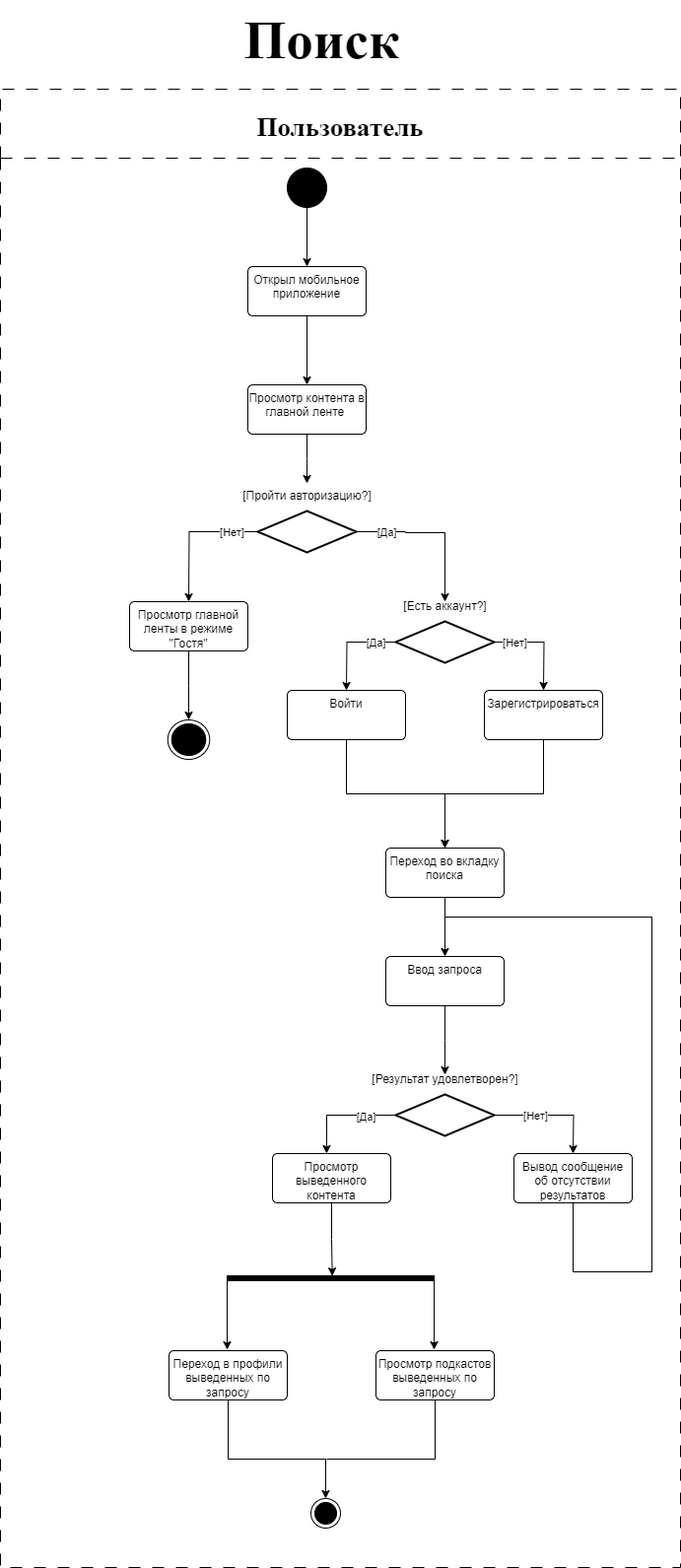
SazonovAlexander/9.1-TikTalk keeps this draw.io diagram as diagrams/activity-search.png. Above is the earlier version. Source tidied: cells renumbered, new cells last; positions are measured from the earlier drawing's top-left corner, leaving out a move shared by most shapes.
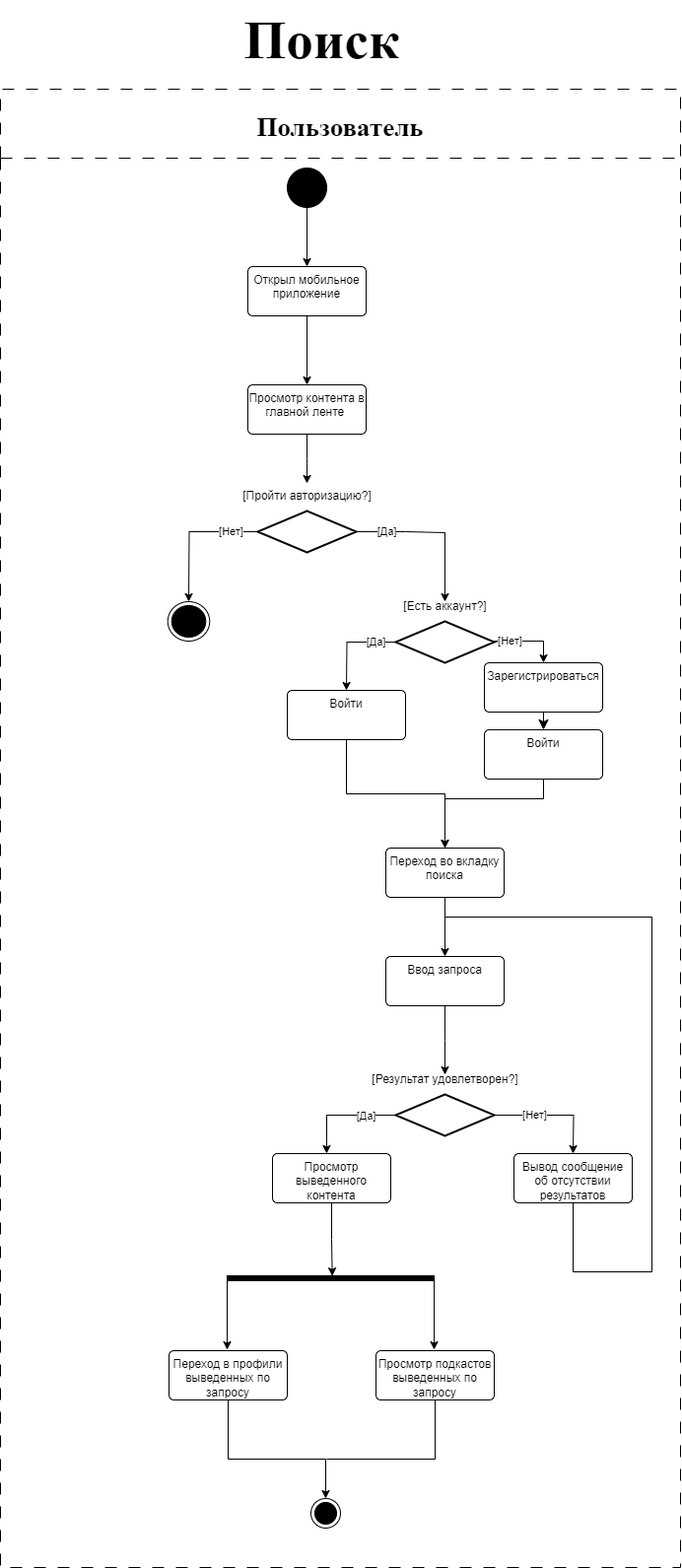
The same diagram one commit later.

The edit, as a diff of the source:
```diff
@@ -51,12 +51,6 @@
     <mxCell id="13" style="strokeWidth=2;html=1;shape=mxgraph.flowchart.decision;whiteSpace=wrap;" parent="1" vertex="1">
       <mxGeometry x="261" y="518" width="100" height="42" as="geometry" />
     </mxCell>
-    <mxCell id="14" style="edgeStyle=orthogonalEdgeStyle;rounded=0;jettySize=auto;html=1;" parent="1" edge="1" source="15" target="26">
-      <mxGeometry relative="1" as="geometry" />
-    </mxCell>
-    <mxCell id="15" value="Просмотр главной ленты в режиме &quot;Гостя&quot;" style="whiteSpace=wrap;html=1;verticalAlign=top;rounded=1;arcSize=10;dashed=0;" parent="1" vertex="1">
-      <mxGeometry x="131" y="610" width="120" height="50" as="geometry" />
-    </mxCell>
     <mxCell id="16" style="edgeStyle=orthogonalEdgeStyle;rounded=0;jettySize=auto;html=1;" parent="1" edge="1" source="20">
       <mxGeometry relative="1" as="geometry">
         <mxPoint x="351" y="700" as="targetPoint" />
@@ -65,9 +59,11 @@
     <mxCell id="17" value="[Да]" style="edgeLabel;html=1;align=center;verticalAlign=middle;" parent="16" vertex="1">
       <mxGeometry x="-0.58" relative="1" as="geometry" />
     </mxCell>
-    <mxCell id="18" style="edgeStyle=orthogonalEdgeStyle;rounded=0;jettySize=auto;html=1;" parent="1" edge="1" source="20">
+    <mxCell id="18" style="edgeStyle=orthogonalEdgeStyle;rounded=0;jettySize=auto;html=1;" parent="1" edge="1" source="20" target="25">
       <mxGeometry relative="1" as="geometry">
-        <mxPoint x="551" y="700" as="targetPoint" />
+        <Array as="points">
+          <mxPoint x="551" y="650" />
+        </Array>
       </mxGeometry>
     </mxCell>
     <mxCell id="19" value="[Нет]" style="edgeLabel;html=1;align=center;verticalAlign=middle;" parent="18" vertex="1">
@@ -87,15 +83,14 @@
     <mxCell id="23" value="Войти" style="whiteSpace=wrap;html=1;verticalAlign=top;rounded=1;arcSize=10;dashed=0;" parent="1" vertex="1">
       <mxGeometry x="291" y="700" width="120" height="50" as="geometry" />
     </mxCell>
-    <mxCell id="24" style="edgeStyle=orthogonalEdgeStyle;rounded=0;jettySize=auto;html=1;entryX=0.5;entryY=0;entryDx=0;entryDy=0;" parent="1" edge="1" source="25" target="28">
-      <mxGeometry relative="1" as="geometry" />
+    <mxCell id="24" style="edgeStyle=orthogonalEdgeStyle;rounded=0;jettySize=auto;html=1;entryX=0.5;entryY=0;entryDx=0;entryDy=0;exitX=0.5;exitY=1;exitDx=0;exitDy=0;" parent="1" edge="1" source="52" target="28">
+      <mxGeometry relative="1" as="geometry">
+        <Array as="points">
+          <mxPoint x="551" y="810" />
+          <mxPoint x="451" y="810" />
+        </Array>
+      </mxGeometry>
     </mxCell>
-    <mxCell id="25" value="Зарегистрироваться" style="whiteSpace=wrap;html=1;verticalAlign=top;rounded=1;arcSize=10;dashed=0;" parent="1" vertex="1">
-      <mxGeometry x="491" y="700" width="120" height="50" as="geometry" />
-    </mxCell>
-    <mxCell id="26" style="ellipse;html=1;shape=endState;fillColor=strokeColor;" parent="1" vertex="1">
-      <mxGeometry x="169.8" y="730" width="42.5" height="40" as="geometry" />
-    </mxCell>
     <mxCell id="27" style="edgeStyle=orthogonalEdgeStyle;rounded=0;jettySize=auto;html=1;entryX=0.5;entryY=0;entryDx=0;entryDy=0;" parent="1" edge="1" source="28" target="30">
       <mxGeometry relative="1" as="geometry" />
     </mxCell>
@@ -194,6 +189,18 @@
     <mxCell id="49" value="Просмотр подкастов выведенных по запросу" style="whiteSpace=wrap;html=1;verticalAlign=top;rounded=1;arcSize=10;dashed=0;" parent="37" vertex="1">
       <mxGeometry x="381" y="1280" width="120" height="50" as="geometry" />
     </mxCell>
+    <mxCell id="26" style="ellipse;html=1;shape=endState;fillColor=strokeColor;" parent="37" vertex="1">
+      <mxGeometry x="169.8" y="520" width="42.5" height="40" as="geometry" />
+    </mxCell>
+    <mxCell id="51" style="edgeStyle=none;curved=1;rounded=0;jettySize=auto;html=1;entryX=0.5;entryY=0;entryDx=0;entryDy=0;fontSize=12;startSize=8;endSize=8;" parent="37" edge="1" source="25" target="52">
+      <mxGeometry relative="1" as="geometry" />
+    </mxCell>
+    <mxCell id="25" value="Зарегистрироваться" style="whiteSpace=wrap;html=1;verticalAlign=top;rounded=1;arcSize=10;dashed=0;" parent="37" vertex="1">
+      <mxGeometry x="491" y="582" width="120" height="50" as="geometry" />
+    </mxCell>
+    <mxCell id="52" value="Войти" style="whiteSpace=wrap;html=1;verticalAlign=top;rounded=1;arcSize=10;dashed=0;" parent="37" vertex="1">
+      <mxGeometry x="491" y="650" width="120" height="50" as="geometry" />
+    </mxCell>
     <mxCell id="50" value="Поиск" style="text;html=1;align=center;verticalAlign=middle;strokeColor=none;fillColor=none;fontFamily=Times New Roman;fontSize=55;fontStyle=1;" parent="1" vertex="1">
       <mxGeometry x="241" width="170" height="80" as="geometry" />
     </mxCell>
```
